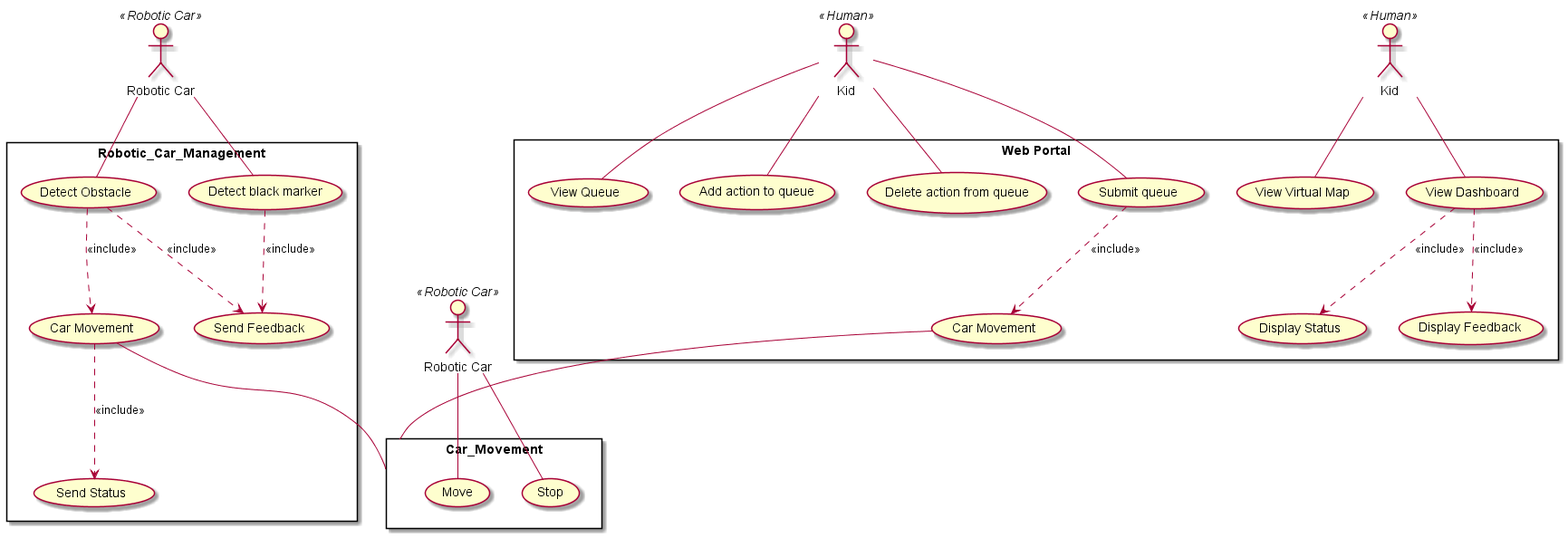
Earlier version of the PlantUML export Project Use-Case-Diagram.png (DanielFYJ/2101-2201-Project).
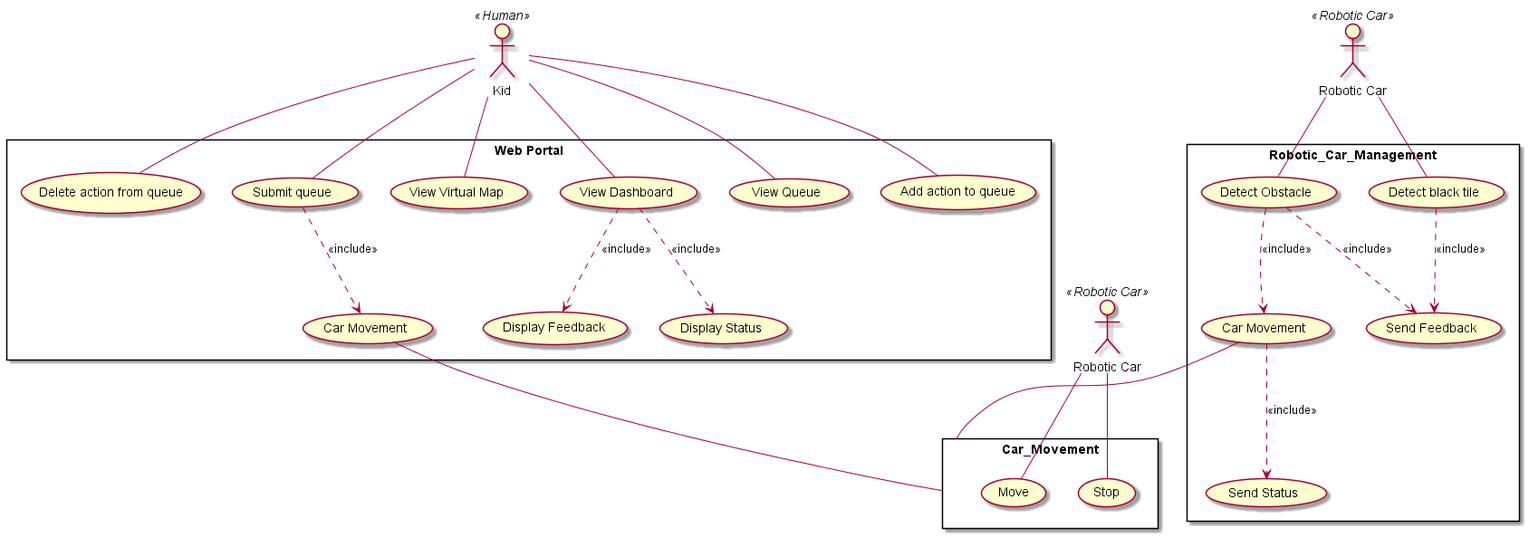
Later version of the same file.

What changed in the source:
```diff
@@ -1,6 +1,5 @@
 @startuml
-actor "Kid" as kid1<< Human>>
-actor "Kid" as kid2<< Human>>
+actor "Kid" as kid << Human>>
 actor "Robotic Car" as Car << Robotic Car>>
 actor "Robotic Car" as Car2 << Robotic Car>>
 
@@ -18,7 +17,7 @@
 
 rectangle "Robotic_Car_Management" {
     usecase UC16 as "Detect Obstacle"
-    usecase UC20 as "Detect black marker"
+    usecase UC20 as "Detect black tile"
     usecase UC22 as "Send Feedback"
     usecase UC24 as "Send Status"
     usecase "Car Movement" as CM2
@@ -32,13 +31,13 @@
     CM1 -- Car_Movement
     CM2 -- Car_Movement
 
-    kid1 -- UC4
-    kid1 -- UC3
+    kid -- UC4
+    kid -- UC3
 
-    kid2 -- UC5
-    kid2 -- UC8
-    kid2 -- UC9
-    kid2 -- UC10
+    kid -- UC5
+    kid -- UC8
+    kid -- UC9
+    kid -- UC10
 
     Car -- UC16
     Car -- UC20
```
